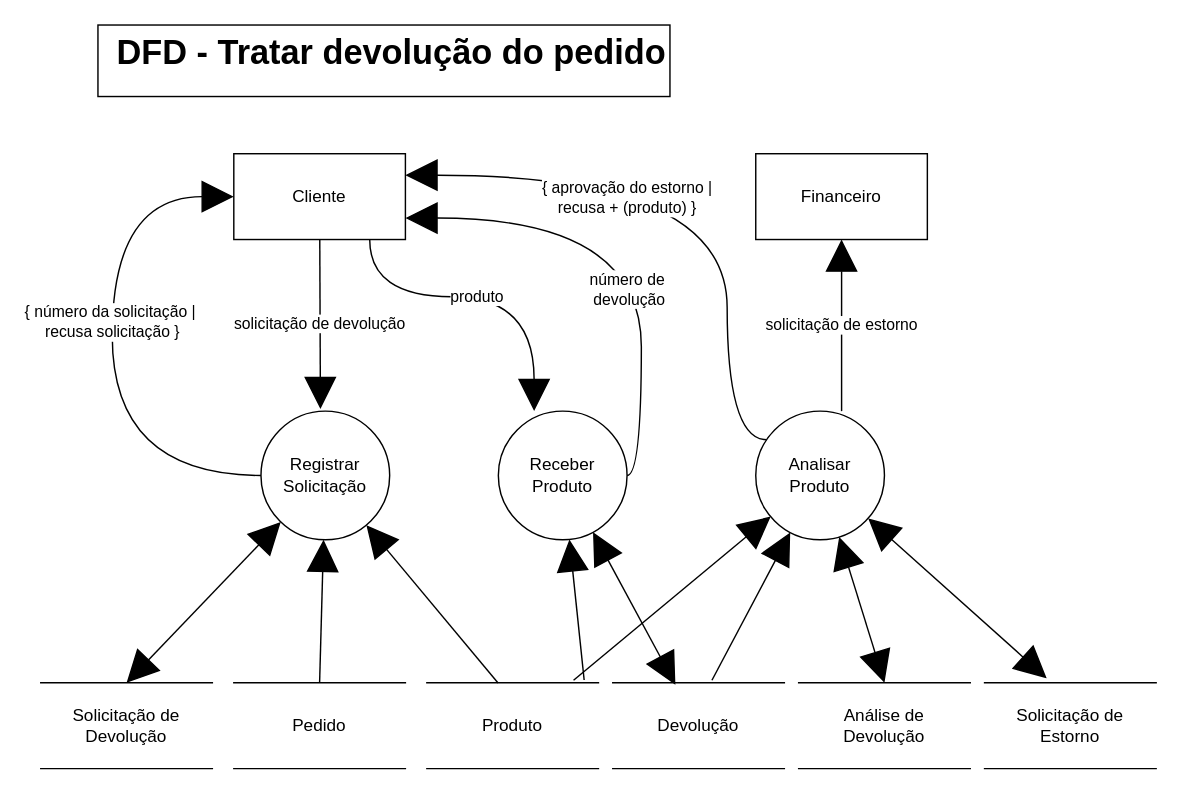
Above: Documentation/DFD Essencial para cada Capacidade/DFD Tratar devolução do pedido.drawio in Systematicos/FindingApp (draw.io), before the change. Source tidied: cells renumbered, new cells numbered last; positions are measured from the earlier drawing's top-left corner, leaving out a move shared by most shapes. Both pictures are drawn from the tidied source at 143%, with x=0, y=0 at pixel (40, 24).
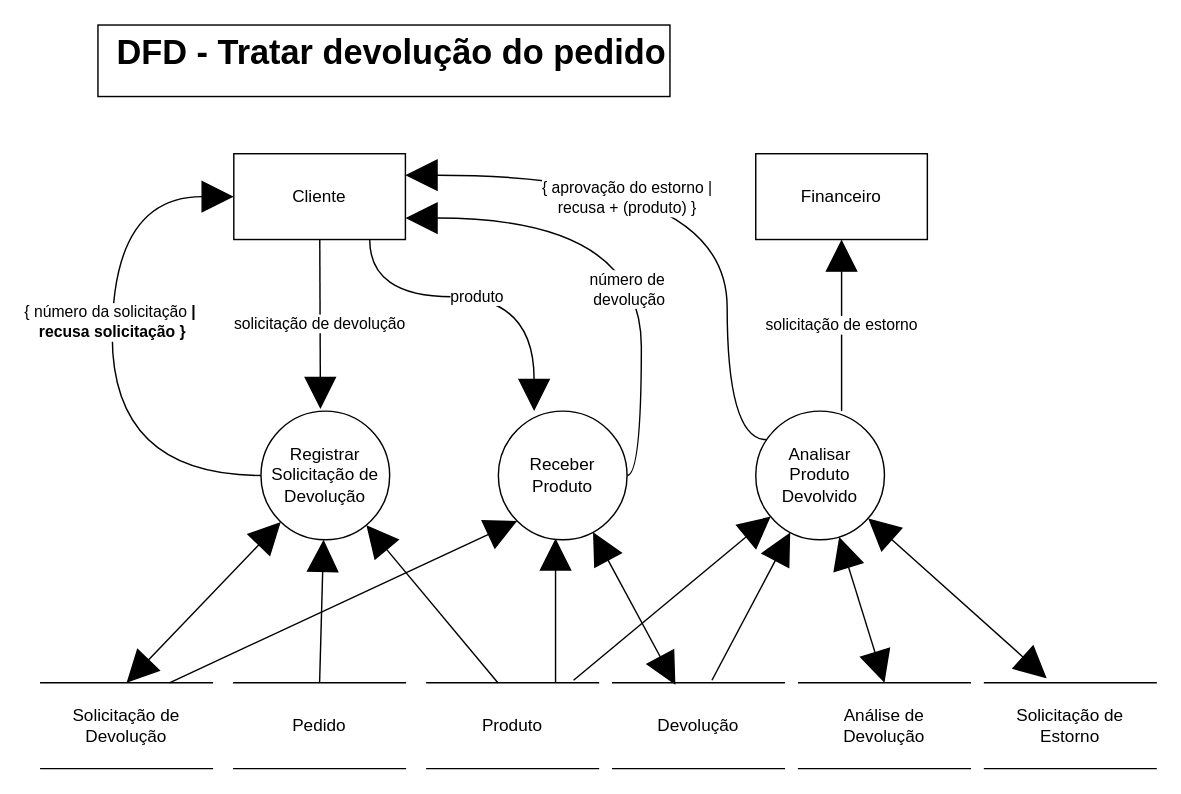
Above is the later version.

Unchanged cells that the change refers to:
```xml
<mxCell id="2" value="Solicitação de Devolução" style="shape=partialRectangle;whiteSpace=wrap;html=1;left=0;right=0;fillColor=none;" parent="1" vertex="1">
  <mxGeometry y="460" width="120" height="60" as="geometry" />
</mxCell>
<mxCell id="4" value="Produto" style="shape=partialRectangle;whiteSpace=wrap;html=1;left=0;right=0;fillColor=none;" parent="1" vertex="1">
  <mxGeometry x="270" y="460" width="120" height="60" as="geometry" />
</mxCell>
<mxCell id="10" value="Cliente" style="rounded=0;whiteSpace=wrap;html=1;" parent="1" vertex="1">
  <mxGeometry x="135" y="90" width="120" height="60" as="geometry" />
</mxCell>
```

The edit, as a diff of the source:
```diff
@@
-    <mxCell id="8" value="{ número da solicitação |&amp;nbsp;&lt;br&gt;recusa solicitação }" style="edgeStyle=orthogonalEdgeStyle;rounded=0;jettySize=auto;html=1;entryX=0;entryY=0.5;entryDx=0;entryDy=0;startArrow=block;startFill=1;startSize=20;endArrow=none;endFill=0;endSize=20;curved=1;exitX=0;exitY=0.5;exitDx=0;exitDy=0;" parent="1" edge="1" source="10" target="14">
+    <mxCell id="8" value="{ número da solicitação &lt;b&gt;|&amp;nbsp;&lt;br&gt;recusa solicitação }&lt;/b&gt;" style="edgeStyle=orthogonalEdgeStyle;rounded=0;jettySize=auto;html=1;entryX=0;entryY=0.5;entryDx=0;entryDy=0;startArrow=block;startFill=1;startSize=20;endArrow=none;endFill=0;endSize=20;curved=1;exitX=0;exitY=0.5;exitDx=0;exitDy=0;" parent="1" edge="1" source="10" target="14">
       <mxGeometry x="-0.1" relative="1" as="geometry">
         <Array as="points">
           <mxPoint x="50" y="120" />
           <mxPoint x="50" y="315" />
         </Array>
       </mxGeometry>
     </mxCell>
@@
-    <mxCell id="14" value="Registrar Solicitação" style="ellipse;whiteSpace=wrap;html=1;" parent="1" vertex="1">
+    <mxCell id="14" value="Registrar Solicitação de Devolução" style="ellipse;whiteSpace=wrap;html=1;fillColor=#FFFFFF;" parent="1" vertex="1">
       <mxGeometry x="154" y="270" width="90" height="90" as="geometry" />
     </mxCell>
-    <mxCell id="15" style="rounded=0;jettySize=auto;html=1;startArrow=block;startFill=1;startSize=20;endArrow=none;endFill=0;endSize=20;" parent="1" edge="1" source="18">
+    <mxCell id="15" style="rounded=0;jettySize=auto;html=1;startArrow=block;startFill=1;startSize=20;endArrow=none;endFill=0;endSize=20;fillColor=#f8cecc;entryX=0.75;entryY=0;entryDx=0;entryDy=0;" parent="1" edge="1" target="4">
       <mxGeometry relative="1" as="geometry">
-        <mxPoint x="380" y="458" as="targetPoint" />
+        <mxPoint x="360" y="359" as="sourcePoint" />
       </mxGeometry>
     </mxCell>
@@
-    <mxCell id="17" value="número de&lt;br&gt;&amp;nbsp;devolução" style="edgeStyle=orthogonalEdgeStyle;rounded=0;jettySize=auto;html=1;entryX=1;entryY=0.75;entryDx=0;entryDy=0;startArrow=none;startFill=0;startSize=20;endArrow=block;endFill=1;endSize=20;exitX=1;exitY=0.5;exitDx=0;exitDy=0;curved=1;" parent="1" edge="1" source="18" target="10">
+    <mxCell id="17" value="número de&lt;br&gt;&amp;nbsp;devolução" style="edgeStyle=orthogonalEdgeStyle;rounded=0;jettySize=auto;html=1;entryX=1;entryY=0.75;entryDx=0;entryDy=0;startArrow=none;startFill=0;startSize=20;endArrow=block;endFill=1;endSize=20;exitX=1;exitY=0.5;exitDx=0;exitDy=0;curved=1;fillColor=#f8cecc;" parent="1" edge="1" source="18" target="10">
       <mxGeometry x="-0.21" y="10" relative="1" as="geometry">
         <Array as="points">
           <mxPoint x="420" y="315" />
           <mxPoint x="420" y="135" />
         </Array>
       </mxGeometry>
     </mxCell>
+    <mxCell id="33" style="rounded=0;jettySize=auto;html=1;exitX=0;exitY=1;exitDx=0;exitDy=0;entryX=0.75;entryY=0;entryDx=0;entryDy=0;startArrow=block;startFill=1;endArrow=none;endFill=0;endSize=20;startSize=20;" parent="1" edge="1" source="18" target="2">
+      <mxGeometry relative="1" as="geometry" />
+    </mxCell>
-    <mxCell id="18" value="Receber Produto" style="ellipse;whiteSpace=wrap;html=1;" parent="1" vertex="1">
+    <mxCell id="18" value="Receber Produto" style="ellipse;whiteSpace=wrap;html=1;fillColor=#FFFFFF;" parent="1" vertex="1">
       <mxGeometry x="320" y="270" width="90" height="90" as="geometry" />
     </mxCell>
@@
-    <mxCell id="26" value="Analisar&lt;br&gt;Produto" style="ellipse;whiteSpace=wrap;html=1;" parent="1" vertex="1">
+    <mxCell id="26" value="Analisar&lt;br&gt;Produto Devolvido" style="ellipse;whiteSpace=wrap;html=1;fillColor=#FFFFFF;" parent="1" vertex="1">
       <mxGeometry x="500" y="270" width="90" height="90" as="geometry" />
     </mxCell>
```
